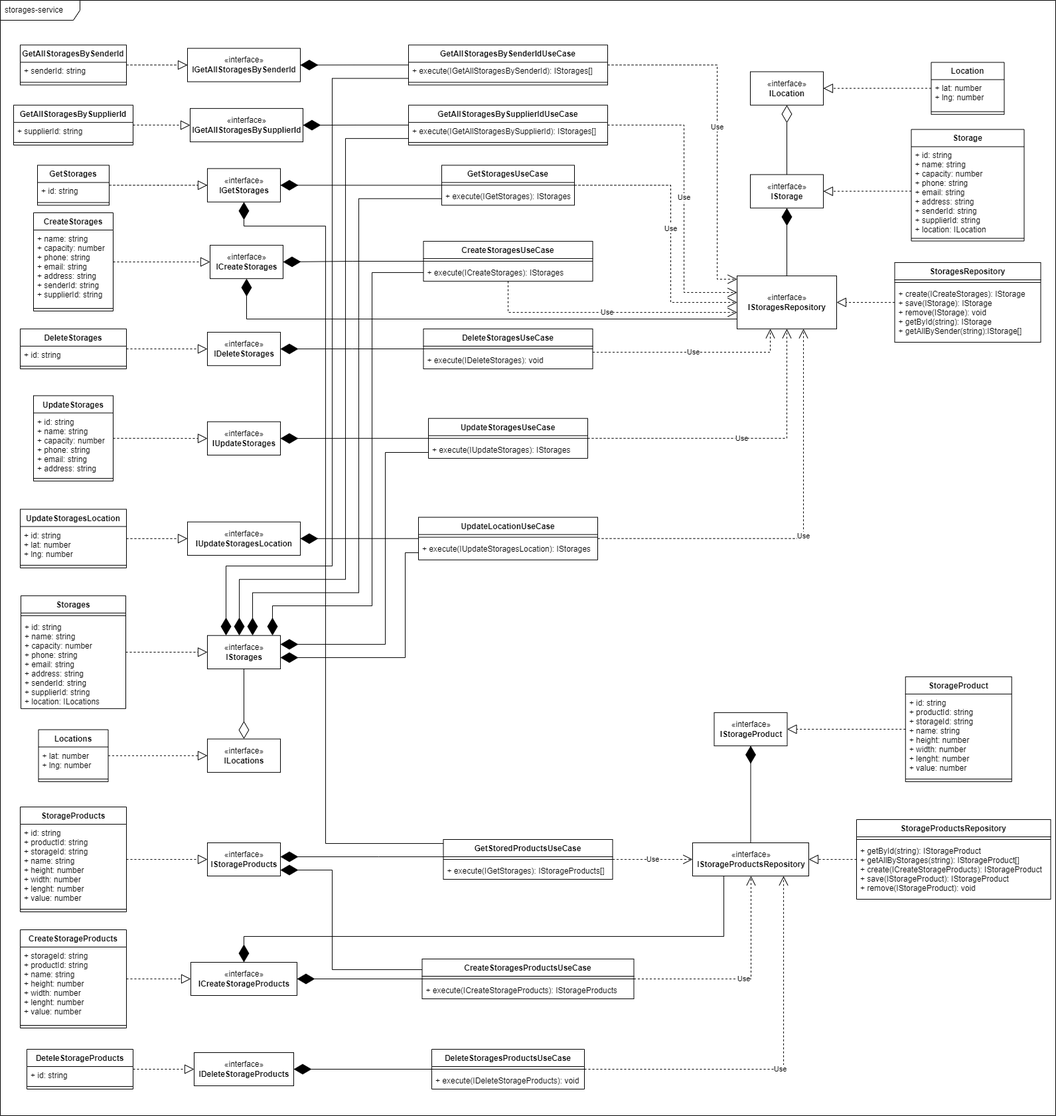
Above: project/diagrams/class-diagrams/storages-service/storages-service-clean.png in bitols/logistics-services-management (draw.io), before the change. Source tidied: cells renumbered, new cells last; positions are measured from the earlier drawing's top-left corner, leaving out a move shared by most shapes.
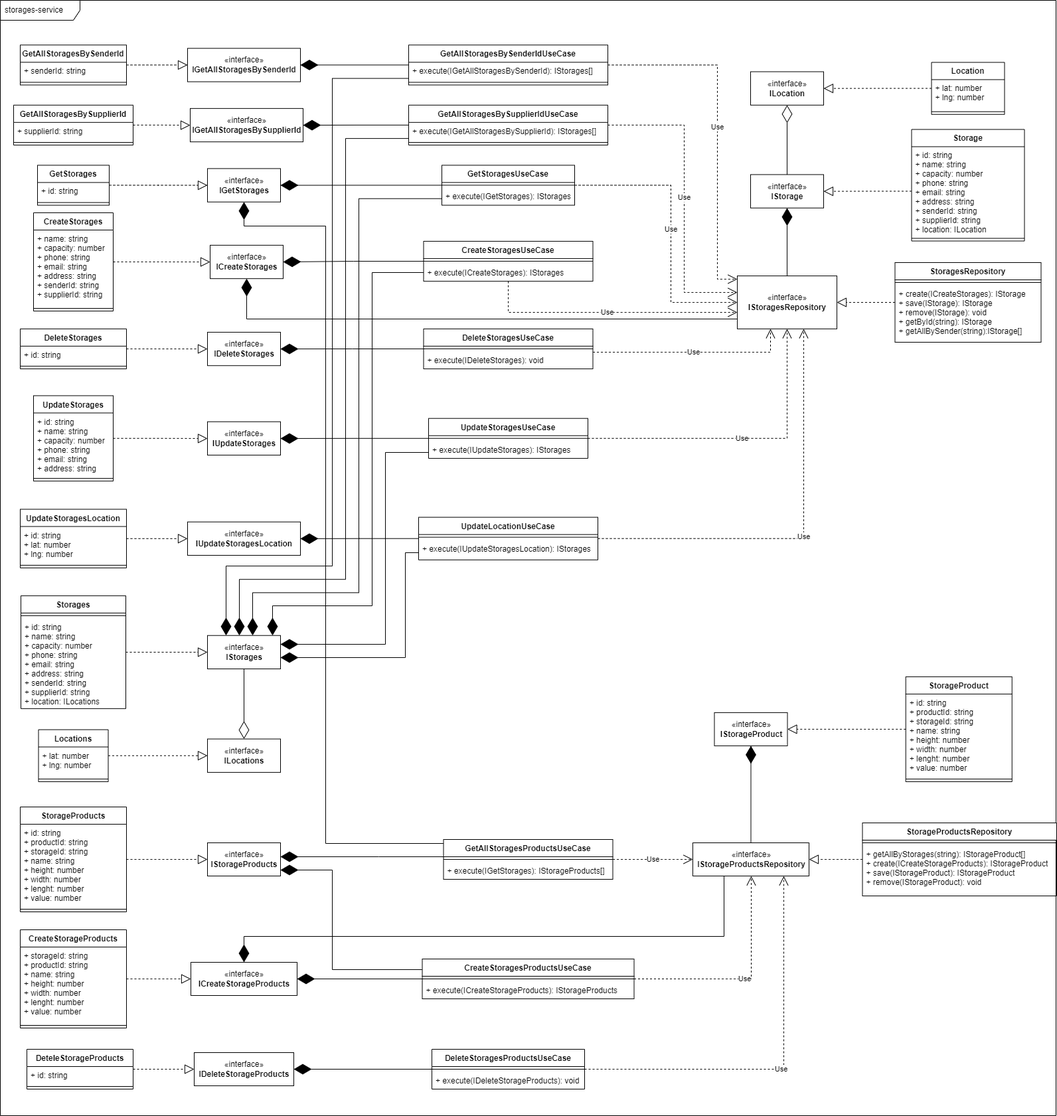
After the change.

Diff of the diagram source:
```diff
@@ -423,18 +423,18 @@
       <mxGeometry x="1043" y="1269" width="175" height="50" as="geometry" />
     </mxCell>
     <mxCell id="119" value="StorageProductsRepository" style="swimlane;fontStyle=1;align=center;verticalAlign=top;horizontal=1;startSize=26;" parent="1" vertex="1">
-      <mxGeometry x="1290" y="1234" width="292.5" height="120" as="geometry" />
+      <mxGeometry x="1298.5" y="1239" width="292.5" height="110" as="geometry" />
     </mxCell>
     <mxCell id="120" style="line;strokeWidth=1;fillColor=none;align=left;verticalAlign=middle;spacingTop=-1;spacingLeft=3;spacingRight=3;labelPosition=right;strokeColor=inherit;" parent="119" vertex="1">
       <mxGeometry y="26" width="292.5" height="8" as="geometry" />
     </mxCell>
-    <mxCell id="121" value="+ getById(string): IStorageProduct&#10;+ getAllByStorages(string): IStorageProduct[]&#10;+ create(ICreateStorageProducts): IStorageProduct&#10;+ save(IStorageProduct): IStorageProduct&#10;+ remove(IStorageProduct): void" style="text;strokeColor=none;fillColor=none;align=left;verticalAlign=top;spacingLeft=4;spacingRight=4;overflow=hidden;" parent="119" vertex="1">
-      <mxGeometry y="34" width="292.5" height="86" as="geometry" />
+    <mxCell id="121" value="+ getAllByStorages(string): IStorageProduct[]&#10;+ create(ICreateStorageProducts): IStorageProduct&#10;+ save(IStorageProduct): IStorageProduct&#10;+ remove(IStorageProduct): void" style="text;strokeColor=none;fillColor=none;align=left;verticalAlign=top;spacingLeft=4;spacingRight=4;overflow=hidden;" parent="119" vertex="1">
+      <mxGeometry y="34" width="292.5" height="76" as="geometry" />
     </mxCell>
     <mxCell id="122" style="endArrow=diamondThin;endFill=1;endSize=24;html=1;rounded=0;edgeStyle=orthogonalEdgeStyle;" parent="1" edge="1" source="118" target="111">
       <mxGeometry relative="1" as="geometry" />
     </mxCell>
-    <mxCell id="123" value="GetStoredProductsUseCase" style="swimlane;fontStyle=1;align=center;verticalAlign=top;horizontal=1;startSize=26;" parent="1" vertex="1">
+    <mxCell id="123" value="GetAllStoragesProductsUseCase" style="swimlane;fontStyle=1;align=center;verticalAlign=top;horizontal=1;startSize=26;" parent="1" vertex="1">
       <mxGeometry x="667.5" y="1264" width="255" height="60" as="geometry" />
     </mxCell>
     <mxCell id="124" style="line;strokeWidth=1;fillColor=none;align=left;verticalAlign=middle;spacingTop=-1;spacingLeft=3;spacingRight=3;labelPosition=right;strokeColor=inherit;" parent="123" vertex="1">
```
